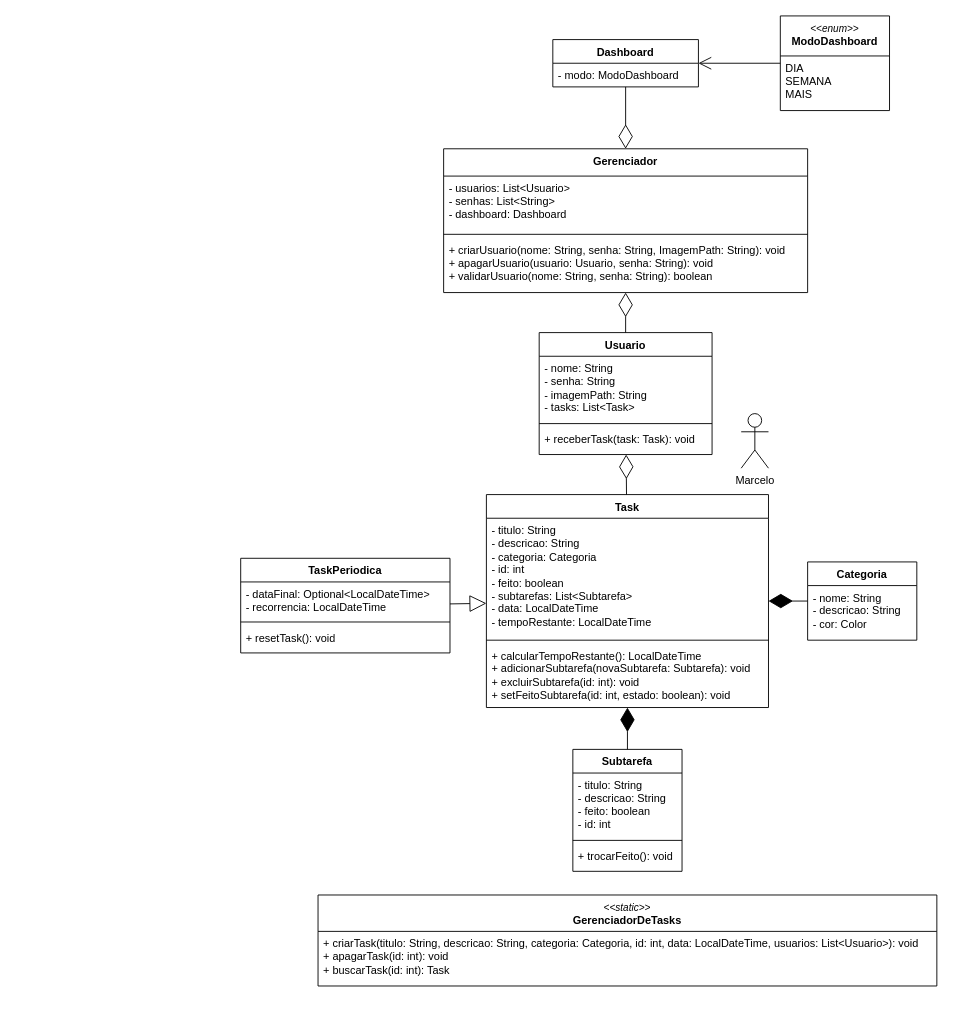
Above: Diagrama UML - TaskIt.drawio in yaesetti/task-it (draw.io), before the change. Source tidied: cells renumbered, new cells numbered last; positions are measured from the earlier drawing's top-left corner, leaving out a move shared by most shapes. Both pictures are drawn from the tidied source at 91%, with x=0, y=0 at pixel (240, 15).
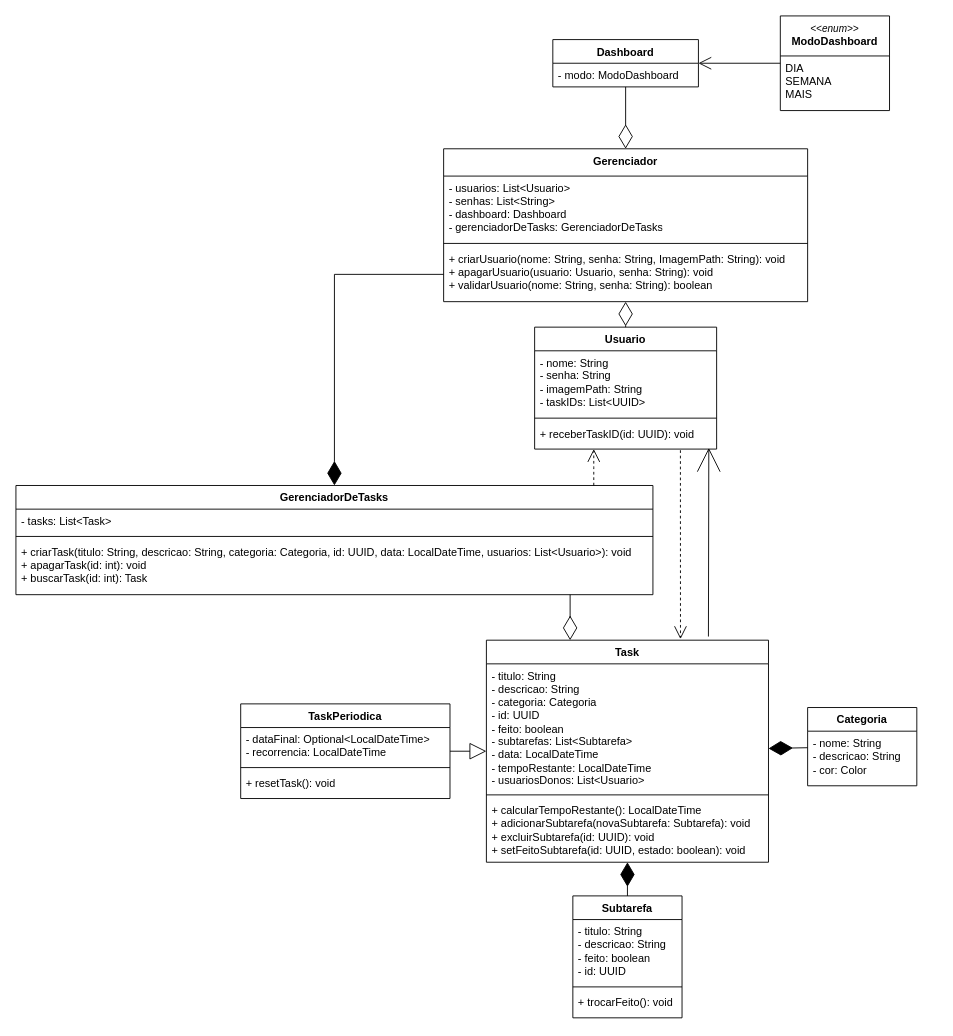
The same page after the edit.

What changed in the source:
```diff
@@
     <mxCell id="2" value="Task" style="swimlane;fontStyle=1;align=center;verticalAlign=top;horizontal=1;startSize=26;whiteSpace=wrap;html=1;" parent="1" vertex="1">
-      <mxGeometry x="270" y="526" width="310" height="234" as="geometry" />
+      <mxGeometry x="270" y="686" width="310" height="244" as="geometry" />
     </mxCell>
-    <mxCell id="3" value="- titulo: String&lt;div&gt;- descricao: String&lt;/div&gt;&lt;div&gt;- categoria: Categoria&lt;/div&gt;&lt;div&gt;- id: int&lt;/div&gt;&lt;div&gt;- feito: boolean&lt;/div&gt;&lt;div&gt;- subtarefas: List&amp;lt;Subtarefa&amp;gt;&lt;/div&gt;&lt;div&gt;- data: LocalDateTime&lt;/div&gt;&lt;div&gt;- tempoRestante: LocalDateTime&lt;/div&gt;" style="text;strokeColor=none;fillColor=none;align=left;verticalAlign=top;spacingLeft=4;spacingRight=4;overflow=hidden;whiteSpace=wrap;html=1;" parent="2" vertex="1">
-      <mxGeometry y="26" width="310" height="130" as="geometry" />
+    <mxCell id="3" value="- titulo: String&lt;div&gt;- descricao: String&lt;/div&gt;&lt;div&gt;- categoria: Categoria&lt;/div&gt;&lt;div&gt;- id: UUID&lt;/div&gt;&lt;div&gt;- feito: boolean&lt;/div&gt;&lt;div&gt;- subtarefas: List&amp;lt;Subtarefa&amp;gt;&lt;/div&gt;&lt;div&gt;- data: LocalDateTime&lt;/div&gt;&lt;div&gt;- tempoRestante: LocalDateTime&lt;/div&gt;&lt;div&gt;- usuariosDonos: List&amp;lt;Usuario&amp;gt;&lt;/div&gt;" style="text;strokeColor=none;fillColor=none;align=left;verticalAlign=top;spacingLeft=4;spacingRight=4;overflow=hidden;whiteSpace=wrap;html=1;" parent="2" vertex="1">
+      <mxGeometry y="26" width="310" height="140" as="geometry" />
     </mxCell>
     <mxCell id="4" style="line;strokeWidth=1;fillColor=none;align=left;verticalAlign=middle;spacingTop=-1;spacingLeft=3;spacingRight=3;labelPosition=right;strokeColor=inherit;" parent="2" vertex="1">
-      <mxGeometry y="156" width="310" height="8" as="geometry" />
+      <mxGeometry y="166" width="310" height="8" as="geometry" />
     </mxCell>
-    <mxCell id="5" value="&lt;div&gt;+ calcularTempoRestante(): LocalDateTime&lt;/div&gt;&lt;div&gt;+ adicionarSubtarefa(novaSubtarefa: Subtarefa): void&lt;/div&gt;&lt;div&gt;+ excluirSubtarefa(id: int): void&lt;/div&gt;&lt;div&gt;+ setFeitoSubtarefa(id: int, estado: boolean): void&lt;/div&gt;" style="text;strokeColor=none;fillColor=none;align=left;verticalAlign=top;spacingLeft=4;spacingRight=4;overflow=hidden;whiteSpace=wrap;html=1;" parent="2" vertex="1">
-      <mxGeometry y="164" width="310" height="70" as="geometry" />
+    <mxCell id="5" value="&lt;div&gt;+ calcularTempoRestante(): LocalDateTime&lt;/div&gt;&lt;div&gt;+ adicionarSubtarefa(novaSubtarefa: Subtarefa): void&lt;/div&gt;&lt;div&gt;+ excluirSubtarefa(id: UUID): void&lt;/div&gt;&lt;div&gt;+ setFeitoSubtarefa(id: UUID, estado: boolean): void&lt;/div&gt;" style="text;strokeColor=none;fillColor=none;align=left;verticalAlign=top;spacingLeft=4;spacingRight=4;overflow=hidden;whiteSpace=wrap;html=1;" parent="2" vertex="1">
+      <mxGeometry y="174" width="310" height="70" as="geometry" />
     </mxCell>
     <mxCell id="6" value="Subtarefa" style="swimlane;fontStyle=1;align=center;verticalAlign=top;horizontal=1;startSize=26;whiteSpace=wrap;html=1;" parent="1" vertex="1">
-      <mxGeometry x="365" y="806" width="120" height="134" as="geometry" />
+      <mxGeometry x="365" y="967" width="120" height="134" as="geometry" />
     </mxCell>
-    <mxCell id="7" value="- titulo: String&lt;div&gt;- descricao: String&lt;/div&gt;&lt;div&gt;- feito: boolean&lt;/div&gt;&lt;div&gt;- id: int&lt;/div&gt;" style="text;strokeColor=none;fillColor=none;align=left;verticalAlign=top;spacingLeft=4;spacingRight=4;overflow=hidden;whiteSpace=wrap;html=1;" parent="6" vertex="1">
+    <mxCell id="7" value="- titulo: String&lt;div&gt;- descricao: String&lt;/div&gt;&lt;div&gt;- feito: boolean&lt;/div&gt;&lt;div&gt;- id: UUID&lt;/div&gt;" style="text;strokeColor=none;fillColor=none;align=left;verticalAlign=top;spacingLeft=4;spacingRight=4;overflow=hidden;whiteSpace=wrap;html=1;" parent="6" vertex="1">
       <mxGeometry y="26" width="120" height="70" as="geometry" />
     </mxCell>
@@
     <mxCell id="10" value="TaskPeriodica" style="swimlane;fontStyle=1;align=center;verticalAlign=top;horizontal=1;startSize=26;whiteSpace=wrap;html=1;" parent="1" vertex="1">
-      <mxGeometry y="596" width="230" height="104" as="geometry" />
+      <mxGeometry y="756" width="230" height="104" as="geometry" />
     </mxCell>
@@
     <mxCell id="14" value="Usuario" style="swimlane;fontStyle=1;align=center;verticalAlign=top;horizontal=1;startSize=26;whiteSpace=wrap;html=1;" parent="1" vertex="1">
-      <mxGeometry x="328" y="348" width="190" height="134" as="geometry" />
+      <mxGeometry x="323" y="342" width="200" height="134" as="geometry" />
     </mxCell>
-    <mxCell id="15" value="&lt;div&gt;- nome: String&lt;/div&gt;&lt;div&gt;- senha: String&lt;/div&gt;&lt;div&gt;- imagemPath: String&lt;/div&gt;- tasks: List&amp;lt;Task&amp;gt;" style="text;strokeColor=none;fillColor=none;align=left;verticalAlign=top;spacingLeft=4;spacingRight=4;overflow=hidden;whiteSpace=wrap;html=1;" parent="14" vertex="1">
-      <mxGeometry y="26" width="190" height="70" as="geometry" />
+    <mxCell id="15" value="&lt;div&gt;- nome: String&lt;/div&gt;&lt;div&gt;- senha: String&lt;/div&gt;&lt;div&gt;- imagemPath: String&lt;/div&gt;- taskIDs: List&amp;lt;UUID&amp;gt;" style="text;strokeColor=none;fillColor=none;align=left;verticalAlign=top;spacingLeft=4;spacingRight=4;overflow=hidden;whiteSpace=wrap;html=1;" parent="14" vertex="1">
+      <mxGeometry y="26" width="200" height="70" as="geometry" />
     </mxCell>
     <mxCell id="16" style="line;strokeWidth=1;fillColor=none;align=left;verticalAlign=middle;spacingTop=-1;spacingLeft=3;spacingRight=3;labelPosition=right;strokeColor=inherit;" parent="14" vertex="1">
-      <mxGeometry y="96" width="190" height="8" as="geometry" />
+      <mxGeometry y="96" width="200" height="8" as="geometry" />
     </mxCell>
-    <mxCell id="17" value="+ receberTask(task: Task): void" style="text;strokeColor=none;fillColor=none;align=left;verticalAlign=top;spacingLeft=4;spacingRight=4;overflow=hidden;points=[[0,0.5],[1,0.5]];portConstraint=eastwest;whiteSpace=wrap;html=1;" parent="14" vertex="1">
-      <mxGeometry y="104" width="190" height="30" as="geometry" />
+    <mxCell id="17" value="+ receberTaskID(id: UUID): void" style="text;strokeColor=none;fillColor=none;align=left;verticalAlign=top;spacingLeft=4;spacingRight=4;overflow=hidden;points=[[0,0.5],[1,0.5]];portConstraint=eastwest;whiteSpace=wrap;html=1;" parent="14" vertex="1">
+      <mxGeometry y="104" width="200" height="30" as="geometry" />
     </mxCell>
@@
     <mxCell id="19" value="Categoria" style="swimlane;fontStyle=1;align=center;verticalAlign=top;horizontal=1;startSize=26;whiteSpace=wrap;html=1;" parent="1" vertex="1">
-      <mxGeometry x="623" y="600" width="120" height="86" as="geometry" />
+      <mxGeometry x="623" y="760" width="120" height="86" as="geometry" />
     </mxCell>
@@
     <mxCell id="21" value="&lt;div&gt;&lt;span style=&quot;background-color: transparent; color: light-dark(rgb(0, 0, 0), rgb(255, 255, 255));&quot;&gt;Gerenciador&lt;/span&gt;&lt;/div&gt;" style="swimlane;fontStyle=1;align=center;verticalAlign=top;horizontal=1;startSize=30;whiteSpace=wrap;html=1;" parent="1" vertex="1">
-      <mxGeometry x="223" y="146" width="400" height="158" as="geometry" />
+      <mxGeometry x="223" y="146" width="400" height="168" as="geometry" />
     </mxCell>
-    <mxCell id="22" value="- usuarios: List&amp;lt;Usuario&amp;gt;&lt;div&gt;- senhas: List&amp;lt;String&amp;gt;&lt;/div&gt;&lt;div&gt;- dashboard: Dashboard&lt;/div&gt;" style="text;strokeColor=none;fillColor=none;align=left;verticalAlign=top;spacingLeft=4;spacingRight=4;overflow=hidden;whiteSpace=wrap;html=1;" parent="21" vertex="1">
-      <mxGeometry y="30" width="400" height="60" as="geometry" />
+    <mxCell id="22" value="- usuarios: List&amp;lt;Usuario&amp;gt;&lt;div&gt;- senhas: List&amp;lt;String&amp;gt;&lt;/div&gt;&lt;div&gt;- dashboard: Dashboard&lt;/div&gt;&lt;div&gt;- gerenciadorDeTasks: GerenciadorDeTasks&lt;/div&gt;" style="text;strokeColor=none;fillColor=none;align=left;verticalAlign=top;spacingLeft=4;spacingRight=4;overflow=hidden;whiteSpace=wrap;html=1;" parent="21" vertex="1">
+      <mxGeometry y="30" width="400" height="70" as="geometry" />
     </mxCell>
     <mxCell id="23" style="line;strokeWidth=1;fillColor=none;align=left;verticalAlign=middle;spacingTop=-1;spacingLeft=3;spacingRight=3;labelPosition=right;strokeColor=inherit;" parent="21" vertex="1">
-      <mxGeometry y="90" width="400" height="8" as="geometry" />
+      <mxGeometry y="100" width="400" height="8" as="geometry" />
     </mxCell>
     <mxCell id="24" value="+ criarUsuario(nome: String, senha: String, I&lt;span style=&quot;background-color: transparent; color: light-dark(rgb(0, 0, 0), rgb(255, 255, 255));&quot;&gt;magemPath: String): void&lt;/span&gt;&lt;div&gt;+ apagarUsuario(usuario: Usuario, senha: String): void&lt;/div&gt;&lt;div&gt;+ validarUsuario(nome: String, senha: String): boolean&lt;/div&gt;" style="text;strokeColor=none;fillColor=none;align=left;verticalAlign=top;spacingLeft=4;spacingRight=4;overflow=hidden;points=[[0,0.5],[1,0.5]];portConstraint=eastwest;whiteSpace=wrap;html=1;" parent="21" vertex="1">
-      <mxGeometry y="98" width="400" height="60" as="geometry" />
+      <mxGeometry y="108" width="400" height="60" as="geometry" />
     </mxCell>
@@
-    <mxCell id="32" value="&lt;div&gt;&lt;font style=&quot;font-size: 11px;&quot;&gt;&lt;span style=&quot;font-weight: normal;&quot;&gt;&lt;i&gt;&amp;lt;&amp;lt;static&amp;gt;&amp;gt;&lt;/i&gt;&lt;/span&gt;&lt;/font&gt;&lt;/div&gt;GerenciadorDeTasks" style="swimlane;fontStyle=1;align=center;verticalAlign=top;horizontal=1;startSize=40;whiteSpace=wrap;html=1;" parent="1" vertex="1">
-      <mxGeometry x="85" y="966" width="680" height="100" as="geometry" />
-    </mxCell>
-    <mxCell id="33" value="+ criarTask(titulo: String, descricao: String, categoria: Categoria, id: int, data: LocalDateTime, usuarios: List&amp;lt;Usuario&amp;gt;): void&lt;div&gt;+ apagarTask(id: int): void&lt;/div&gt;&lt;div&gt;+ buscarTask(id: int): Task&lt;/div&gt;" style="text;strokeColor=none;fillColor=none;align=left;verticalAlign=top;spacingLeft=4;spacingRight=4;overflow=hidden;whiteSpace=wrap;html=1;" parent="32" vertex="1">
-      <mxGeometry y="40" width="680" height="60" as="geometry" />
-    </mxCell>
@@
-    <mxCell id="36" style="endArrow=diamondThin;endFill=0;endSize=24;html=1;rounded=0;" parent="1" edge="1" source="2" target="14">
-      <mxGeometry relative="1" as="geometry" />
+    <mxCell id="36" style="endArrow=open;endFill=0;endSize=24;html=1;rounded=0;startArrow=none;startFill=0;startSize=24;entryX=0.957;entryY=0.958;entryDx=0;entryDy=0;entryPerimeter=0;labelPosition=left;verticalLabelPosition=top;align=right;verticalAlign=bottom;" parent="1" edge="1" target="17">
+      <mxGeometry relative="1" as="geometry">
+        <mxPoint x="514" y="682" as="sourcePoint" />
+      </mxGeometry>
     </mxCell>
-    <mxCell id="37" value="Marcelo" style="shape=umlActor;verticalLabelPosition=bottom;verticalAlign=top;html=1;" parent="1" vertex="1">
-      <mxGeometry x="550" y="437" width="30" height="60" as="geometry" />
-    </mxCell>
+    <mxCell id="38" value="GerenciadorDeTasks" style="swimlane;fontStyle=1;align=center;verticalAlign=top;horizontal=1;startSize=26;whiteSpace=wrap;html=1;" parent="1" vertex="1">
+      <mxGeometry x="-247" y="516" width="700" height="120" as="geometry" />
+    </mxCell>
+    <mxCell id="39" value="- tasks: List&amp;lt;Task&amp;gt;" style="text;strokeColor=none;fillColor=none;align=left;verticalAlign=top;spacingLeft=4;spacingRight=4;overflow=hidden;whiteSpace=wrap;html=1;" parent="38" vertex="1">
+      <mxGeometry y="26" width="700" height="26" as="geometry" />
+    </mxCell>
+    <mxCell id="40" style="line;strokeWidth=1;fillColor=none;align=left;verticalAlign=middle;spacingTop=-1;spacingLeft=3;spacingRight=3;labelPosition=right;strokeColor=inherit;" parent="38" vertex="1">
+      <mxGeometry y="52" width="700" height="8" as="geometry" />
+    </mxCell>
+    <mxCell id="41" value="+ criarTask(titulo: String, descricao: String, categoria: Categoria, id: UUID, data: LocalDateTime, usuarios: List&amp;lt;Usuario&amp;gt;): void&lt;div&gt;+ apagarTask(id: int): void&lt;/div&gt;&lt;div&gt;+ buscarTask(id: int): Task&lt;/div&gt;" style="text;strokeColor=none;fillColor=none;align=left;verticalAlign=top;spacingLeft=4;spacingRight=4;overflow=hidden;whiteSpace=wrap;html=1;" parent="38" vertex="1">
+      <mxGeometry y="60" width="700" height="60" as="geometry" />
+    </mxCell>
+    <mxCell id="42" style="endArrow=open;endSize=12;dashed=1;html=1;rounded=0;exitX=0.801;exitY=1.042;exitDx=0;exitDy=0;exitPerimeter=0;entryX=0.688;entryY=-0.005;entryDx=0;entryDy=0;entryPerimeter=0;" parent="1" edge="1" source="17" target="2">
+      <mxGeometry relative="1" as="geometry" />
+    </mxCell>
+    <mxCell id="43" style="endArrow=diamondThin;endFill=0;endSize=24;html=1;rounded=0;edgeStyle=elbowEdgeStyle;" parent="1" edge="1" source="38" target="2">
+      <mxGeometry relative="1" as="geometry" />
+    </mxCell>
+    <mxCell id="44" style="endArrow=open;endSize=12;dashed=1;html=1;rounded=0;edgeStyle=elbowEdgeStyle;elbow=horizontal;" parent="1" edge="1" source="38" target="14">
+      <mxGeometry relative="1" as="geometry" />
+    </mxCell>
+    <mxCell id="45" style="endArrow=diamondThin;endFill=1;endSize=24;html=1;rounded=0;edgeStyle=orthogonalEdgeStyle;elbow=vertical;" parent="1" edge="1" source="24" target="38">
+      <mxGeometry relative="1" as="geometry" />
+    </mxCell>
```
